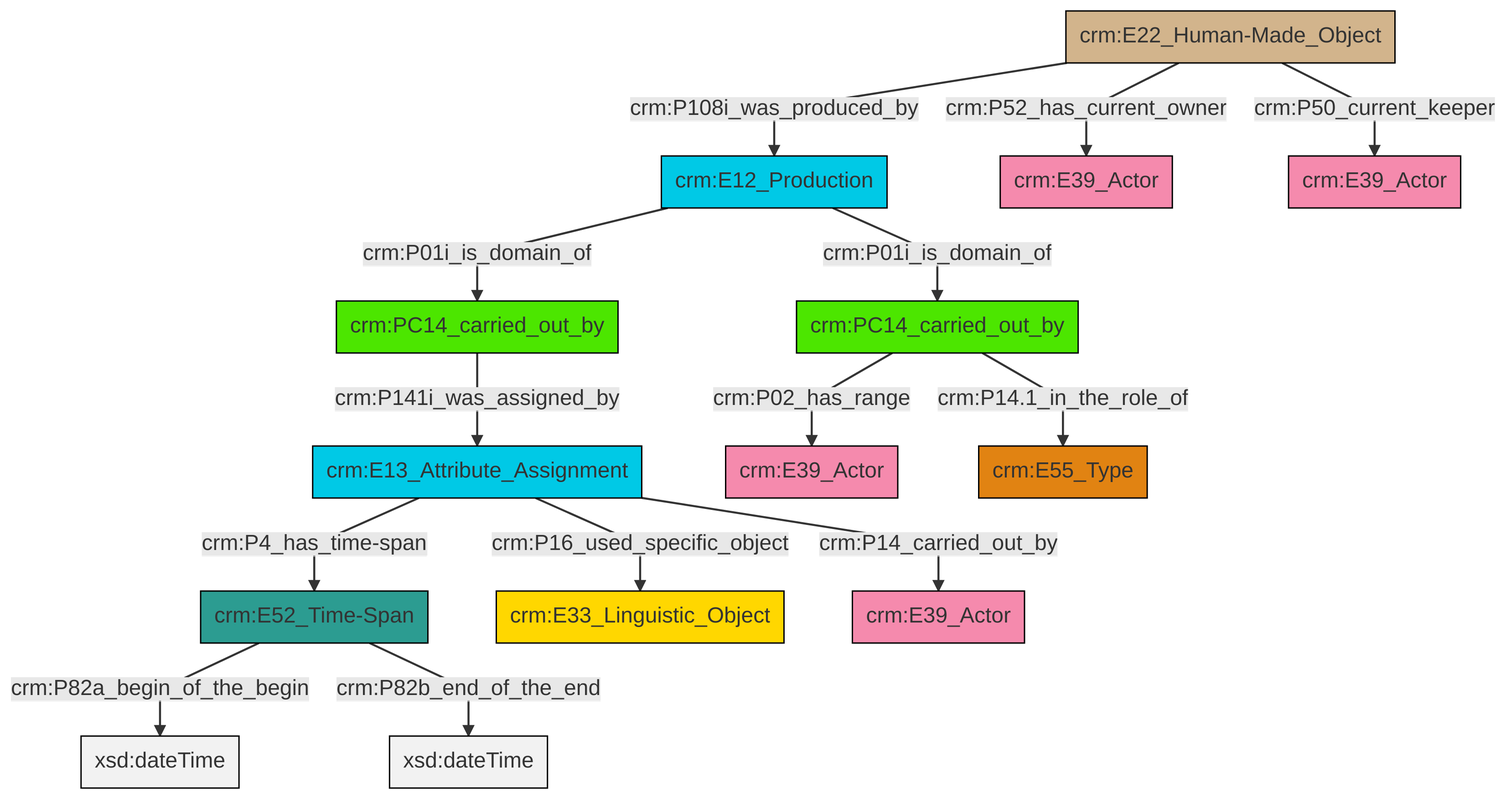
The Mermaid diagram et/carrierCSV/ttl/mmd/png/carrier_relations.png in swiss-art-research-net/docs.swissartresearch, before a commit. Its source is kept beside it as et/carrierCSV/ttl/mmd/carrier_relations.ttl.mmd.
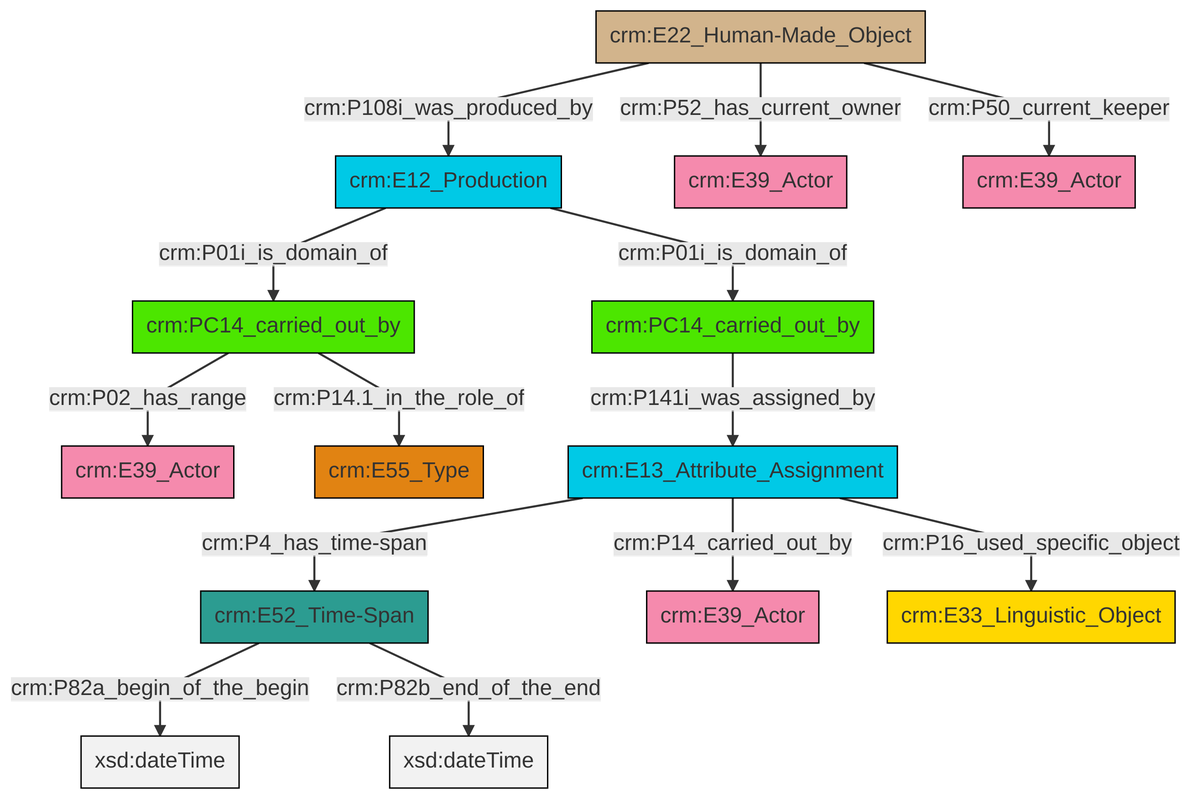
Later version of the same file.

Diff of the diagram source:
```diff
@@ -13,16 +13,16 @@
 classDef PC_Classes fill:#4ce600, stroke:#000000;
 classDef Multi fill:#cccccc,stroke:#000000;
 
-2["crm:E52_Time-Span"]:::Time-Span -->|crm:P82a_begin_of_the_begin| 3[xsd:dateTime]:::Literal
-0["crm:E13_Attribute_Assignment"]:::Temporal_Entity -->|crm:P16_used_specific_object| 4["crm:E33_Linguistic_Object"]:::Conceptual_Object
-5["crm:PC14_carried_out_by"]:::PC_Classes -->|crm:P141i_was_assigned_by| 0["crm:E13_Attribute_Assignment"]:::Temporal_Entity
-8["crm:E12_Production"]:::Temporal_Entity -->|crm:P01i_is_domain_of| 9["crm:PC14_carried_out_by"]:::PC_Classes
-9["crm:PC14_carried_out_by"]:::PC_Classes -->|crm:P02_has_range| 10["crm:E39_Actor"]:::Actor
-6["crm:E22_Human-Made_Object"]:::Physical_Thing -->|crm:P50_current_keeper| 14["crm:E39_Actor"]:::Actor
-0["crm:E13_Attribute_Assignment"]:::Temporal_Entity -->|crm:P4_has_time-span| 2["crm:E52_Time-Span"]:::Time-Span
-8["crm:E12_Production"]:::Temporal_Entity -->|crm:P01i_is_domain_of| 5["crm:PC14_carried_out_by"]:::PC_Classes
-6["crm:E22_Human-Made_Object"]:::Physical_Thing -->|crm:P108i_was_produced_by| 8["crm:E12_Production"]:::Temporal_Entity
-2["crm:E52_Time-Span"]:::Time-Span -->|crm:P82b_end_of_the_end| 24[xsd:dateTime]:::Literal
-6["crm:E22_Human-Made_Object"]:::Physical_Thing -->|crm:P52_has_current_owner| 11["crm:E39_Actor"]:::Actor
-9["crm:PC14_carried_out_by"]:::PC_Classes -->|crm:P14.1_in_the_role_of| 15["crm:E55_Type"]:::Type
-0["crm:E13_Attribute_Assignment"]:::Temporal_Entity -->|crm:P14_carried_out_by| 20["crm:E39_Actor"]:::Actor
+6["crm:PC14_carried_out_by"]:::PC_Classes -->|crm:P141i_was_assigned_by| 7["crm:E13_Attribute_Assignment"]:::Temporal_Entity
+14["crm:E52_Time-Span"]:::Time-Span -->|crm:P82a_begin_of_the_begin| 15[xsd:dateTime]:::Literal
+16["crm:E22_Human-Made_Object"]:::Physical_Thing -->|crm:P108i_was_produced_by| 10["crm:E12_Production"]:::Temporal_Entity
+10["crm:E12_Production"]:::Temporal_Entity -->|crm:P01i_is_domain_of| 4["crm:PC14_carried_out_by"]:::PC_Classes
+4["crm:PC14_carried_out_by"]:::PC_Classes -->|crm:P02_has_range| 2["crm:E39_Actor"]:::Actor
+7["crm:E13_Attribute_Assignment"]:::Temporal_Entity -->|crm:P4_has_time-span| 14["crm:E52_Time-Span"]:::Time-Span
+16["crm:E22_Human-Made_Object"]:::Physical_Thing -->|crm:P52_has_current_owner| 8["crm:E39_Actor"]:::Actor
+14["crm:E52_Time-Span"]:::Time-Span -->|crm:P82b_end_of_the_end| 22[xsd:dateTime]:::Literal
+7["crm:E13_Attribute_Assignment"]:::Temporal_Entity -->|crm:P14_carried_out_by| 12["crm:E39_Actor"]:::Actor
+7["crm:E13_Attribute_Assignment"]:::Temporal_Entity -->|crm:P16_used_specific_object| 0["crm:E33_Linguistic_Object"]:::Conceptual_Object
+4["crm:PC14_carried_out_by"]:::PC_Classes -->|crm:P14.1_in_the_role_of| 19["crm:E55_Type"]:::Type
+16["crm:E22_Human-Made_Object"]:::Physical_Thing -->|crm:P50_current_keeper| 23["crm:E39_Actor"]:::Actor
+10["crm:E12_Production"]:::Temporal_Entity -->|crm:P01i_is_domain_of| 6["crm:PC14_carried_out_by"]:::PC_Classes
```
